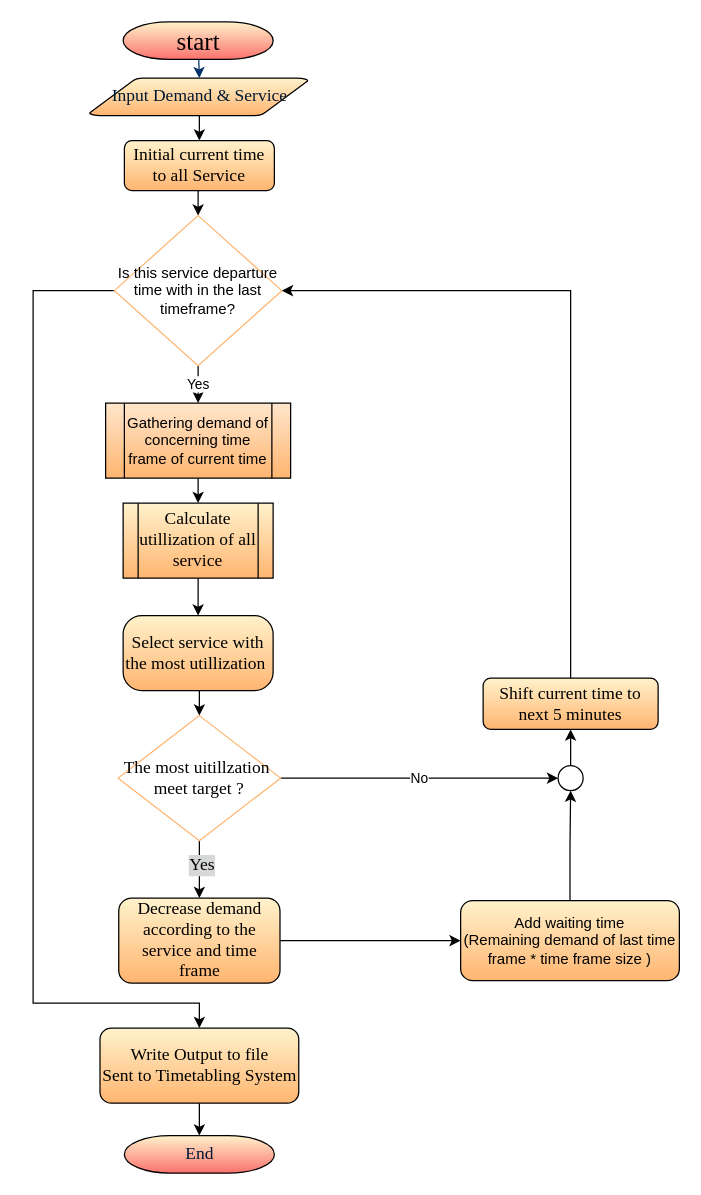
Above: present_chart/Service plan flow PRESENT 2.drawio in atchapcyp/service_planning_core (draw.io), before the change. Source tidied: cells renumbered, new cells numbered last; positions are measured from the earlier drawing's top-left corner, leaving out a move shared by most shapes. Both pictures are drawn from the tidied source at 125%, with x=0, y=0 at pixel (32, 21).
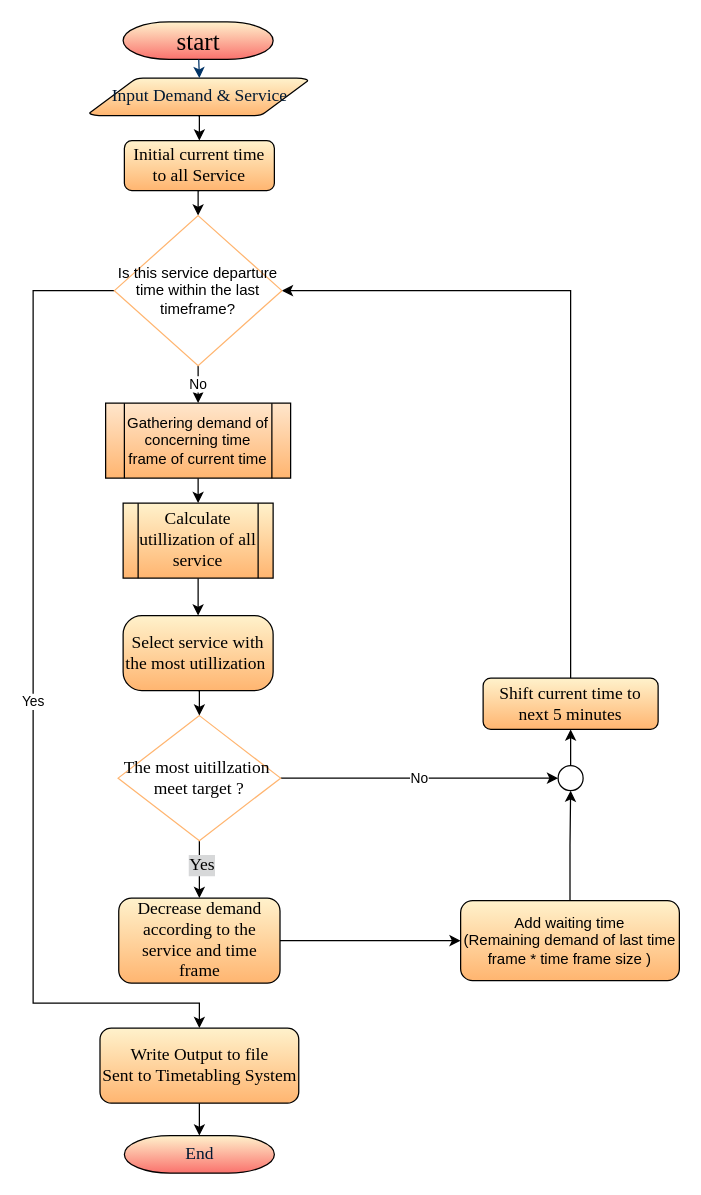
Above is the later version.

Unchanged cells that the change refers to:
```xml
<mxCell id="9" value="Write Output to file&lt;br style=&quot;font-size: 14px;&quot;&gt;Sent to Timetabling System&lt;br style=&quot;font-size: 14px;&quot;&gt;" style="rounded=1;whiteSpace=wrap;html=1;fontFamily=Times New Roman;spacing=2;fontSize=14;fillColor=#FFF2CC;gradientColor=#FFB570;labelBorderColor=none;strokeColor=#000000;strokeWidth=1;" parent="1" vertex="1">
  <mxGeometry x="53.5" y="805" width="159" height="60" as="geometry" />
</mxCell>
<mxCell id="24" value="Gathering demand of concerning time frame of current time&lt;br&gt;" style="shape=process;whiteSpace=wrap;html=1;backgroundOutline=1;fillColor=#ffe6cc;strokeColor=#000000;gradientColor=#FFB570;" parent="1" vertex="1">
  <mxGeometry x="58" y="305" width="148" height="60" as="geometry" />
</mxCell>
```

Diff of the diagram source:
```diff
@@
+    <mxCell id="28" value="Yes" style="edgeStyle=orthogonalEdgeStyle;rounded=0;jettySize=auto;html=1;exitX=0;exitY=0.5;exitDx=0;exitDy=0;entryX=0.5;entryY=0;entryDx=0;entryDy=0;" parent="1" edge="1" source="29" target="9">
+      <mxGeometry relative="1" as="geometry">
+        <Array as="points">
+          <mxPoint y="215" />
+          <mxPoint y="785" />
+          <mxPoint x="133" y="785" />
+        </Array>
+      </mxGeometry>
+    </mxCell>
-    <mxCell id="27" value="Yes" style="edgeStyle=orthogonalEdgeStyle;rounded=0;jettySize=auto;html=1;exitX=0.5;exitY=1;exitDx=0;exitDy=0;entryX=0.5;entryY=0;entryDx=0;entryDy=0;" parent="1" edge="1" source="29" target="24">
+    <mxCell id="27" value="No&lt;br&gt;" style="edgeStyle=orthogonalEdgeStyle;rounded=0;jettySize=auto;html=1;exitX=0.5;exitY=1;exitDx=0;exitDy=0;entryX=0.5;entryY=0;entryDx=0;entryDy=0;" parent="1" edge="1" source="29" target="24">
       <mxGeometry relative="1" as="geometry" />
     </mxCell>
-    <mxCell id="28" style="edgeStyle=orthogonalEdgeStyle;rounded=0;jettySize=auto;html=1;exitX=0;exitY=0.5;exitDx=0;exitDy=0;entryX=0.5;entryY=0;entryDx=0;entryDy=0;" parent="1" edge="1" source="29" target="9">
-      <mxGeometry relative="1" as="geometry">
-        <Array as="points">
-          <mxPoint y="215" />
-          <mxPoint y="785" />
-          <mxPoint x="133" y="785" />
-        </Array>
-      </mxGeometry>
-    </mxCell>
-    <mxCell id="29" value="&lt;span&gt;Is this service departure time with in the last timeframe?&lt;/span&gt;" style="rhombus;whiteSpace=wrap;html=1;fillColor=#FFFFFF;strokeColor=#FFB570;gradientColor=none;" parent="1" vertex="1">
+    <mxCell id="29" value="&lt;span&gt;Is this service departure time within the last timeframe?&lt;/span&gt;" style="rhombus;whiteSpace=wrap;html=1;fillColor=#FFFFFF;strokeColor=#FFB570;gradientColor=none;" parent="1" vertex="1">
       <mxGeometry x="65" y="155" width="134" height="120" as="geometry" />
     </mxCell>
```
